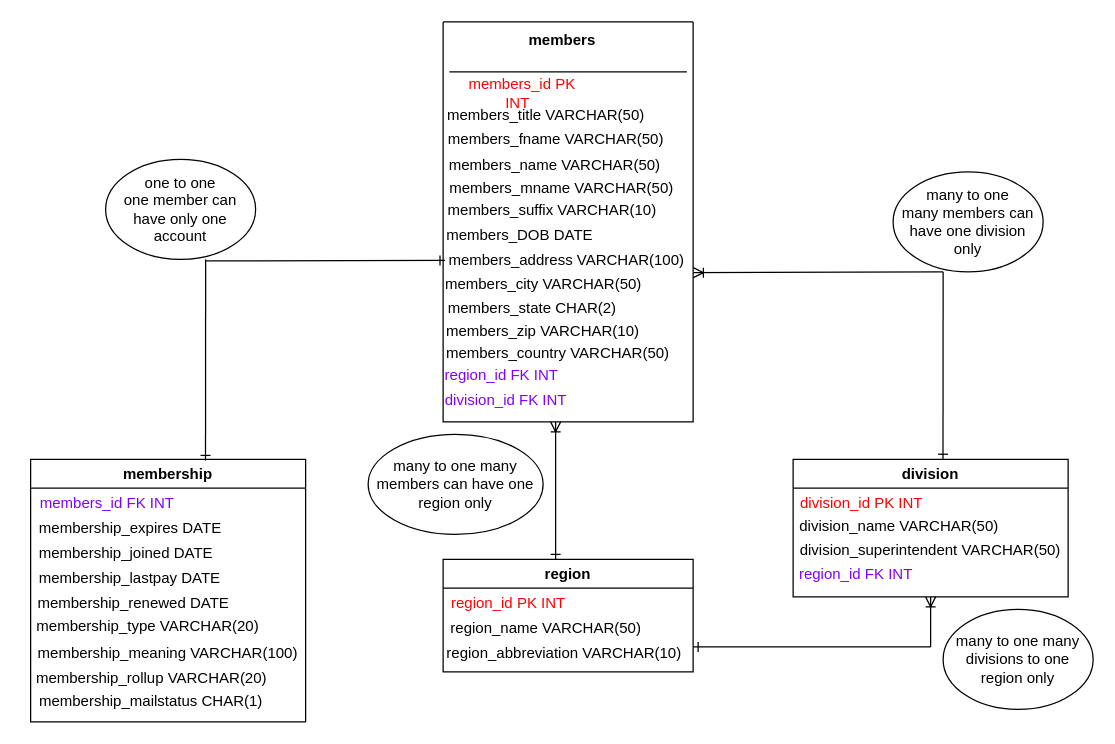
angelikakasia/SQL keeps this draw.io diagram as ProjectNMRA.SER.drawio. Above is the earlier version. Source tidied: cells renumbered, new cells numbered last; positions are measured from the earlier drawing's top-left corner, leaving out a move shared by most shapes. Both pictures are drawn from the tidied source at 125%, with x=0, y=0 at pixel (21, 21).
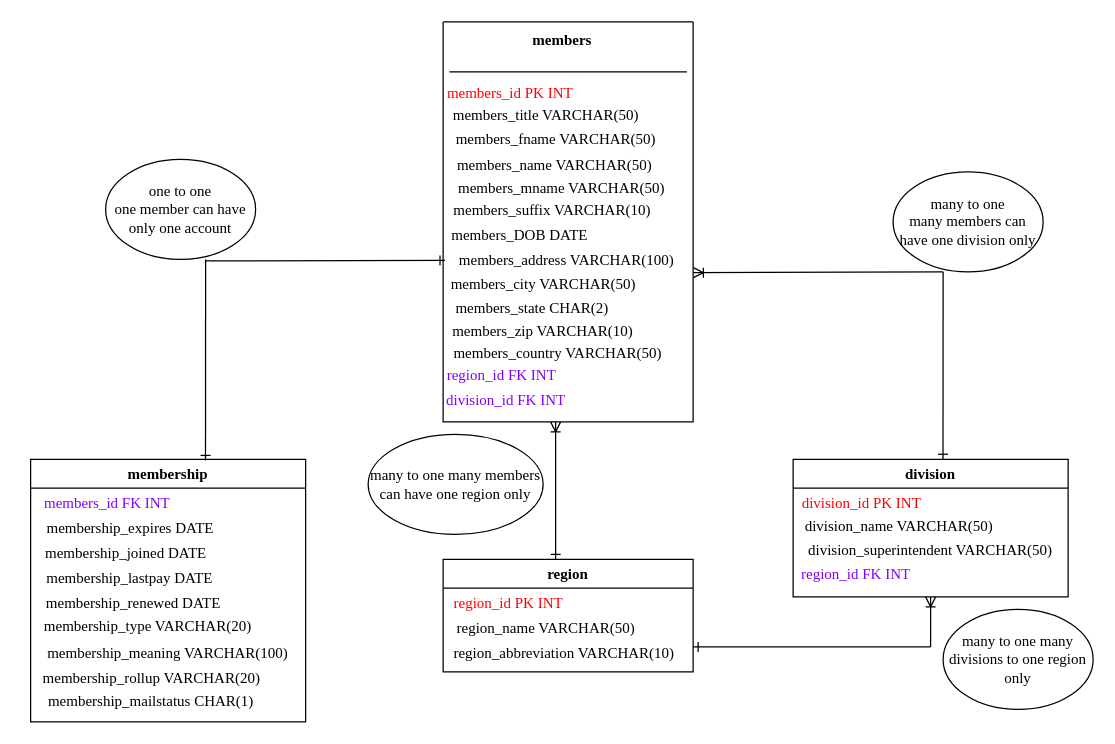
The same page after the edit.

Change to the diagram source:
```diff
@@
-    <mxCell id="2" style="swimlane;startSize=0;" parent="1" vertex="1">
+    <mxCell id="2" style="swimlane;startSize=0;fontFamily=Times New Roman;" parent="1" vertex="1">
       <mxGeometry x="337" width="200" height="320" as="geometry" />
     </mxCell>
-    <mxCell id="3" value="&lt;b&gt;members&lt;/b&gt;" style="text;html=1;align=center;verticalAlign=middle;strokeColor=none;fillColor=none;" parent="2" vertex="1">
-      <mxGeometry x="55" width="80" height="30" as="geometry" />
+    <mxCell id="3" value="&lt;b&gt;members&lt;/b&gt;" style="text;html=1;align=center;verticalAlign=middle;strokeColor=none;fillColor=none;fontFamily=Times New Roman;" parent="2" vertex="1">
+      <mxGeometry x="60" width="70" height="30" as="geometry" />
     </mxCell>
-    <mxCell id="4" value="&lt;span style=&quot;color: light-dark(rgb(255, 0, 0), rgb(237, 237, 237));&quot;&gt;&lt;span style=&quot;color: rgb(255, 0, 0);&quot;&gt;members_id PK&lt;/span&gt; INT&lt;span style=&quot;white-space: pre;&quot;&gt;&#9;&lt;/span&gt;&lt;/span&gt;" style="text;html=1;align=center;verticalAlign=middle;whiteSpace=wrap;rounded=0;" parent="2" vertex="1">
+    <mxCell id="4" value="&lt;span style=&quot;color: light-dark(rgb(255, 0, 0), rgb(237, 237, 237));&quot;&gt;&lt;span style=&quot;color: rgb(255, 0, 0);&quot;&gt;members_id PK&lt;/span&gt; INT&lt;span style=&quot;white-space: pre;&quot;&gt;&#9;&lt;/span&gt;&lt;/span&gt;" style="text;html=1;align=center;verticalAlign=middle;whiteSpace=wrap;rounded=0;fontFamily=Times New Roman;" parent="2" vertex="1">
       <mxGeometry x="-2" y="42" width="131" height="30" as="geometry" />
     </mxCell>
-    <mxCell id="5" value="&lt;br&gt;members_title VARCHAR(50)" style="text;html=1;align=center;verticalAlign=middle;whiteSpace=wrap;rounded=0;" parent="2" vertex="1">
+    <mxCell id="5" value="&lt;br&gt;members_title VARCHAR(50)" style="text;html=1;align=center;verticalAlign=middle;whiteSpace=wrap;rounded=0;fontFamily=Times New Roman;" parent="2" vertex="1">
       <mxGeometry x="-2" y="52" width="169" height="30" as="geometry" />
     </mxCell>
-    <mxCell id="6" value="&lt;br&gt;members_fname VARCHAR(50)&lt;div&gt;&lt;br&gt;&lt;/div&gt;" style="text;html=1;align=center;verticalAlign=middle;whiteSpace=wrap;rounded=0;" parent="2" vertex="1">
+    <mxCell id="6" value="&lt;br&gt;members_fname VARCHAR(50)&lt;div&gt;&lt;br&gt;&lt;/div&gt;" style="text;html=1;align=center;verticalAlign=middle;whiteSpace=wrap;rounded=0;fontFamily=Times New Roman;" parent="2" vertex="1">
       <mxGeometry x="-12.5" y="79" width="204.5" height="30" as="geometry" />
     </mxCell>
-    <mxCell id="7" value="&lt;br&gt;members_name VARCHAR(50)" style="text;html=1;align=center;verticalAlign=middle;whiteSpace=wrap;rounded=0;" parent="2" vertex="1">
+    <mxCell id="7" value="&lt;br&gt;members_name VARCHAR(50)" style="text;html=1;align=center;verticalAlign=middle;whiteSpace=wrap;rounded=0;fontFamily=Times New Roman;" parent="2" vertex="1">
       <mxGeometry x="-4" y="92" width="186.5" height="30" as="geometry" />
     </mxCell>
-    <mxCell id="8" value="&lt;br&gt;members_mname VARCHAR(50)" style="text;html=1;align=center;verticalAlign=middle;whiteSpace=wrap;rounded=0;" parent="2" vertex="1">
+    <mxCell id="8" value="&lt;br&gt;members_mname VARCHAR(50)" style="text;html=1;align=center;verticalAlign=middle;whiteSpace=wrap;rounded=0;fontFamily=Times New Roman;" parent="2" vertex="1">
       <mxGeometry y="110" width="190" height="30" as="geometry" />
     </mxCell>
-    <mxCell id="9" style="endArrow=none;html=1;rounded=0;" parent="2" edge="1">
+    <mxCell id="9" style="endArrow=none;html=1;rounded=0;fontFamily=Times New Roman;" parent="2" edge="1">
       <mxGeometry relative="1" as="geometry">
         <mxPoint x="5" y="40" as="sourcePoint" />
         <mxPoint x="195" y="40" as="targetPoint" />
       </mxGeometry>
     </mxCell>
-    <mxCell id="10" value="&lt;br&gt;members_suffix VARCHAR(10)&lt;div&gt;&lt;br&gt;&lt;/div&gt;" style="text;html=1;align=center;verticalAlign=middle;whiteSpace=wrap;rounded=0;" parent="2" vertex="1">
+    <mxCell id="10" value="&lt;br&gt;members_suffix VARCHAR(10)&lt;div&gt;&lt;br&gt;&lt;/div&gt;" style="text;html=1;align=center;verticalAlign=middle;whiteSpace=wrap;rounded=0;fontFamily=Times New Roman;" parent="2" vertex="1">
       <mxGeometry x="-2.5" y="136" width="178.5" height="30" as="geometry" />
     </mxCell>
-    <mxCell id="11" value="members_DOB DATE" style="text;html=1;align=center;verticalAlign=middle;whiteSpace=wrap;rounded=0;" parent="2" vertex="1">
+    <mxCell id="11" value="members_DOB DATE" style="text;html=1;align=center;verticalAlign=middle;whiteSpace=wrap;rounded=0;fontFamily=Times New Roman;" parent="2" vertex="1">
       <mxGeometry x="-2.5" y="156" width="126.5" height="30" as="geometry" />
     </mxCell>
-    <mxCell id="12" value="members_address VARCHAR(100)" style="text;html=1;align=center;verticalAlign=middle;whiteSpace=wrap;rounded=0;" parent="2" vertex="1">
+    <mxCell id="12" value="members_address VARCHAR(100)" style="text;html=1;align=center;verticalAlign=middle;whiteSpace=wrap;rounded=0;fontFamily=Times New Roman;" parent="2" vertex="1">
       <mxGeometry x="-1" y="176" width="200" height="30" as="geometry" />
     </mxCell>
-    <mxCell id="13" value="members_city VARCHAR(50)" style="text;html=1;align=center;verticalAlign=middle;whiteSpace=wrap;rounded=0;" parent="2" vertex="1">
+    <mxCell id="13" value="members_city VARCHAR(50)" style="text;html=1;align=center;verticalAlign=middle;whiteSpace=wrap;rounded=0;fontFamily=Times New Roman;" parent="2" vertex="1">
       <mxGeometry x="-5" y="195" width="171" height="30" as="geometry" />
     </mxCell>
-    <mxCell id="14" value="members_state CHAR(2)" style="text;html=1;align=center;verticalAlign=middle;whiteSpace=wrap;rounded=0;" parent="2" vertex="1">
+    <mxCell id="14" value="members_state CHAR(2)" style="text;html=1;align=center;verticalAlign=middle;whiteSpace=wrap;rounded=0;fontFamily=Times New Roman;" parent="2" vertex="1">
       <mxGeometry x="-13.5" y="214" width="168.5" height="30" as="geometry" />
     </mxCell>
-    <mxCell id="15" value="members_zip VARCHAR(10)" style="text;html=1;align=center;verticalAlign=middle;whiteSpace=wrap;rounded=0;" parent="2" vertex="1">
+    <mxCell id="15" value="members_zip VARCHAR(10)" style="text;html=1;align=center;verticalAlign=middle;whiteSpace=wrap;rounded=0;fontFamily=Times New Roman;" parent="2" vertex="1">
       <mxGeometry x="-1" y="233" width="162" height="30" as="geometry" />
     </mxCell>
-    <mxCell id="16" value="members_country VARCHAR(50)" style="text;html=1;align=center;verticalAlign=middle;whiteSpace=wrap;rounded=0;" parent="2" vertex="1">
+    <mxCell id="16" value="members_country VARCHAR(50)" style="text;html=1;align=center;verticalAlign=middle;whiteSpace=wrap;rounded=0;fontFamily=Times New Roman;" parent="2" vertex="1">
       <mxGeometry x="-3" y="250" width="190" height="30" as="geometry" />
     </mxCell>
-    <mxCell id="17" value="&lt;span style=&quot;color: light-dark(rgb(128, 0, 255), rgb(237, 237, 237));&quot;&gt;region_id FK INT&lt;br&gt;&lt;/span&gt;" style="text;html=1;align=center;verticalAlign=middle;whiteSpace=wrap;rounded=0;" parent="2" vertex="1">
+    <mxCell id="17" value="&lt;span style=&quot;color: light-dark(rgb(128, 0, 255), rgb(237, 237, 237));&quot;&gt;region_id FK INT&lt;br&gt;&lt;/span&gt;" style="text;html=1;align=center;verticalAlign=middle;whiteSpace=wrap;rounded=0;fontFamily=Times New Roman;" parent="2" vertex="1">
       <mxGeometry x="-10" y="268" width="114" height="30" as="geometry" />
     </mxCell>
-    <mxCell id="18" value="&lt;span style=&quot;color: light-dark(rgb(128, 0, 255), rgb(237, 237, 237));&quot;&gt;&lt;span style=&quot;color: light-dark(rgb(128, 0, 255), rgb(237, 237, 237));&quot;&gt;division_id FK&lt;/span&gt; INT&lt;/span&gt;" style="text;html=1;align=center;verticalAlign=middle;whiteSpace=wrap;rounded=0;" parent="2" vertex="1">
+    <mxCell id="18" value="&lt;span style=&quot;color: light-dark(rgb(128, 0, 255), rgb(237, 237, 237));&quot;&gt;&lt;span style=&quot;color: light-dark(rgb(128, 0, 255), rgb(237, 237, 237));&quot;&gt;division_id FK&lt;/span&gt; INT&lt;/span&gt;" style="text;html=1;align=center;verticalAlign=middle;whiteSpace=wrap;rounded=0;fontFamily=Times New Roman;" parent="2" vertex="1">
       <mxGeometry x="-1" y="288" width="103" height="30" as="geometry" />
     </mxCell>
-    <mxCell id="19" value="membership" style="swimlane;whiteSpace=wrap;html=1;" parent="1" vertex="1">
+    <mxCell id="19" value="membership" style="swimlane;whiteSpace=wrap;html=1;fontFamily=Times New Roman;" parent="1" vertex="1">
       <mxGeometry x="7" y="350" width="220" height="210" as="geometry" />
     </mxCell>
-    <mxCell id="20" value="&lt;span style=&quot;color: light-dark(rgb(128, 0, 255), rgb(237, 237, 237));&quot;&gt;members_id FK INT&lt;br&gt;&lt;/span&gt;" style="text;html=1;align=center;verticalAlign=middle;whiteSpace=wrap;rounded=0;" parent="19" vertex="1">
+    <mxCell id="20" value="&lt;span style=&quot;color: light-dark(rgb(128, 0, 255), rgb(237, 237, 237));&quot;&gt;members_id FK INT&lt;br&gt;&lt;/span&gt;" style="text;html=1;align=center;verticalAlign=middle;whiteSpace=wrap;rounded=0;fontFamily=Times New Roman;" parent="19" vertex="1">
       <mxGeometry x="-2" y="20" width="127" height="30" as="geometry" />
     </mxCell>
-    <mxCell id="21" value="membership_expires DATE" style="text;html=1;align=center;verticalAlign=middle;whiteSpace=wrap;rounded=0;" parent="19" vertex="1">
+    <mxCell id="21" value="membership_expires DATE" style="text;html=1;align=center;verticalAlign=middle;whiteSpace=wrap;rounded=0;fontFamily=Times New Roman;" parent="19" vertex="1">
       <mxGeometry x="-4" y="40" width="168" height="30" as="geometry" />
     </mxCell>
-    <mxCell id="22" value="membership_joined DATE" style="text;html=1;align=center;verticalAlign=middle;whiteSpace=wrap;rounded=0;" parent="19" vertex="1">
+    <mxCell id="22" value="membership_joined DATE" style="text;html=1;align=center;verticalAlign=middle;whiteSpace=wrap;rounded=0;fontFamily=Times New Roman;" parent="19" vertex="1">
       <mxGeometry x="-4" y="60" width="161" height="30" as="geometry" />
     </mxCell>
-    <mxCell id="23" value="membership_lastpay DATE" style="text;html=1;align=center;verticalAlign=middle;whiteSpace=wrap;rounded=0;" parent="19" vertex="1">
+    <mxCell id="23" value="membership_lastpay DATE" style="text;html=1;align=center;verticalAlign=middle;whiteSpace=wrap;rounded=0;fontFamily=Times New Roman;" parent="19" vertex="1">
       <mxGeometry x="3" y="80" width="153" height="30" as="geometry" />
     </mxCell>
-    <mxCell id="24" value="membership_renewed DATE" style="text;html=1;align=center;verticalAlign=middle;whiteSpace=wrap;rounded=0;" parent="19" vertex="1">
+    <mxCell id="24" value="membership_renewed DATE" style="text;html=1;align=center;verticalAlign=middle;whiteSpace=wrap;rounded=0;fontFamily=Times New Roman;" parent="19" vertex="1">
       <mxGeometry x="-3" y="100" width="171" height="30" as="geometry" />
     </mxCell>
-    <mxCell id="25" value="membership_type VARCHAR(20)" style="text;html=1;align=center;verticalAlign=middle;whiteSpace=wrap;rounded=0;" parent="19" vertex="1">
+    <mxCell id="25" value="membership_type VARCHAR(20)" style="text;html=1;align=center;verticalAlign=middle;whiteSpace=wrap;rounded=0;fontFamily=Times New Roman;" parent="19" vertex="1">
       <mxGeometry x="-7" y="119" width="202" height="30" as="geometry" />
     </mxCell>
-    <mxCell id="26" value="membership_meaning VARCHAR(100)" style="text;html=1;align=center;verticalAlign=middle;whiteSpace=wrap;rounded=0;" parent="19" vertex="1">
+    <mxCell id="26" value="membership_meaning VARCHAR(100)" style="text;html=1;align=center;verticalAlign=middle;whiteSpace=wrap;rounded=0;fontFamily=Times New Roman;" parent="19" vertex="1">
       <mxGeometry x="-1" y="140" width="222" height="30" as="geometry" />
     </mxCell>
-    <mxCell id="27" value="membership_rollup VARCHAR(20)" style="text;html=1;align=center;verticalAlign=middle;whiteSpace=wrap;rounded=0;" parent="19" vertex="1">
+    <mxCell id="27" value="membership_rollup VARCHAR(20)" style="text;html=1;align=center;verticalAlign=middle;whiteSpace=wrap;rounded=0;fontFamily=Times New Roman;" parent="19" vertex="1">
       <mxGeometry x="-4" y="160" width="202" height="30" as="geometry" />
     </mxCell>
-    <mxCell id="28" value="membership_mailstatus CHAR(1)" style="text;html=1;align=center;verticalAlign=middle;whiteSpace=wrap;rounded=0;" parent="19" vertex="1">
+    <mxCell id="28" value="membership_mailstatus CHAR(1)" style="text;html=1;align=center;verticalAlign=middle;whiteSpace=wrap;rounded=0;fontFamily=Times New Roman;" parent="19" vertex="1">
       <mxGeometry y="179" width="193" height="30" as="geometry" />
     </mxCell>
-    <mxCell id="29" value="region" style="swimlane;whiteSpace=wrap;html=1;" parent="1" vertex="1">
+    <mxCell id="29" value="region" style="swimlane;whiteSpace=wrap;html=1;fontFamily=Times New Roman;" parent="1" vertex="1">
       <mxGeometry x="337" y="430" width="200" height="90" as="geometry" />
     </mxCell>
-    <mxCell id="30" value="&lt;span style=&quot;color: light-dark(rgb(255, 0, 0), rgb(237, 237, 237));&quot;&gt;region_id PK INT&lt;br&gt;&lt;/span&gt;" style="text;html=1;align=center;verticalAlign=middle;whiteSpace=wrap;rounded=0;" parent="29" vertex="1">
+    <mxCell id="30" value="&lt;span style=&quot;color: light-dark(rgb(255, 0, 0), rgb(237, 237, 237));&quot;&gt;region_id PK INT&lt;br&gt;&lt;/span&gt;" style="text;html=1;align=center;verticalAlign=middle;whiteSpace=wrap;rounded=0;fontFamily=Times New Roman;" parent="29" vertex="1">
       <mxGeometry x="-7" y="20" width="119" height="30" as="geometry" />
     </mxCell>
-    <mxCell id="31" value="region_name VARCHAR(50)" style="text;html=1;align=center;verticalAlign=middle;whiteSpace=wrap;rounded=0;" parent="29" vertex="1">
+    <mxCell id="31" value="region_name VARCHAR(50)" style="text;html=1;align=center;verticalAlign=middle;whiteSpace=wrap;rounded=0;fontFamily=Times New Roman;" parent="29" vertex="1">
       <mxGeometry x="2.5" y="40" width="158.5" height="30" as="geometry" />
     </mxCell>
-    <mxCell id="32" value="region_abbreviation VARCHAR(10)" style="text;html=1;align=center;verticalAlign=middle;whiteSpace=wrap;rounded=0;" parent="29" vertex="1">
+    <mxCell id="32" value="region_abbreviation VARCHAR(10)" style="text;html=1;align=center;verticalAlign=middle;whiteSpace=wrap;rounded=0;fontFamily=Times New Roman;" parent="29" vertex="1">
       <mxGeometry x="-3" y="60" width="200" height="30" as="geometry" />
     </mxCell>
-    <mxCell id="33" value="division" style="swimlane;whiteSpace=wrap;html=1;" parent="1" vertex="1">
+    <mxCell id="33" value="division" style="swimlane;whiteSpace=wrap;html=1;fontFamily=Times New Roman;" parent="1" vertex="1">
       <mxGeometry x="617" y="350" width="220" height="110" as="geometry" />
     </mxCell>
-    <mxCell id="34" value="&lt;span style=&quot;color: rgb(255, 0, 0);&quot;&gt;division_id PK INT&lt;br&gt;&lt;/span&gt;" style="text;html=1;align=center;verticalAlign=middle;whiteSpace=wrap;rounded=0;" parent="33" vertex="1">
+    <mxCell id="34" value="&lt;span style=&quot;color: rgb(255, 0, 0);&quot;&gt;division_id PK INT&lt;br&gt;&lt;/span&gt;" style="text;html=1;align=center;verticalAlign=middle;whiteSpace=wrap;rounded=0;fontFamily=Times New Roman;" parent="33" vertex="1">
       <mxGeometry y="20" width="110" height="30" as="geometry" />
     </mxCell>
-    <mxCell id="35" value="division_name VARCHAR(50)" style="text;html=1;align=center;verticalAlign=middle;whiteSpace=wrap;rounded=0;" parent="33" vertex="1">
+    <mxCell id="35" value="division_name VARCHAR(50)" style="text;html=1;align=center;verticalAlign=middle;whiteSpace=wrap;rounded=0;fontFamily=Times New Roman;" parent="33" vertex="1">
       <mxGeometry x="-15" y="39" width="200" height="30" as="geometry" />
     </mxCell>
-    <mxCell id="36" value="division_superintendent VARCHAR(50)" style="text;html=1;align=center;verticalAlign=middle;whiteSpace=wrap;rounded=0;" parent="33" vertex="1">
+    <mxCell id="36" value="division_superintendent VARCHAR(50)" style="text;html=1;align=center;verticalAlign=middle;whiteSpace=wrap;rounded=0;fontFamily=Times New Roman;" parent="33" vertex="1">
       <mxGeometry y="58" width="220" height="30" as="geometry" />
     </mxCell>
-    <mxCell id="37" value="&lt;span style=&quot;color: light-dark(rgb(128, 0, 255), rgb(237, 237, 237));&quot;&gt;region_id FK INT&lt;br&gt;&lt;/span&gt;" style="text;html=1;align=center;verticalAlign=middle;whiteSpace=wrap;rounded=0;" parent="33" vertex="1">
+    <mxCell id="37" value="&lt;span style=&quot;color: light-dark(rgb(128, 0, 255), rgb(237, 237, 237));&quot;&gt;region_id FK INT&lt;br&gt;&lt;/span&gt;" style="text;html=1;align=center;verticalAlign=middle;whiteSpace=wrap;rounded=0;fontFamily=Times New Roman;" parent="33" vertex="1">
       <mxGeometry x="-8" y="77" width="117" height="30" as="geometry" />
     </mxCell>
-    <mxCell id="38" style="endArrow=none;html=1;rounded=0;entryX=-0.016;entryY=0.59;entryDx=0;entryDy=0;entryPerimeter=0;startArrow=ERone;startFill=0;exitX=0.038;exitY=-0.138;exitDx=0;exitDy=0;exitPerimeter=0;" parent="1" edge="1" source="13">
+    <mxCell id="38" style="endArrow=none;html=1;rounded=0;entryX=-0.016;entryY=0.59;entryDx=0;entryDy=0;entryPerimeter=0;startArrow=ERone;startFill=0;exitX=0.038;exitY=-0.138;exitDx=0;exitDy=0;exitPerimeter=0;fontFamily=Times New Roman;" parent="1" edge="1" source="13">
       <mxGeometry relative="1" as="geometry">
         <mxPoint x="147" y="191.2" as="targetPoint" />
       </mxGeometry>
     </mxCell>
-    <mxCell id="39" style="endArrow=none;html=1;rounded=0;exitX=0.636;exitY=0.004;exitDx=0;exitDy=0;exitPerimeter=0;entryX=0.7;entryY=0;entryDx=0;entryDy=0;entryPerimeter=0;startArrow=ERone;startFill=0;" parent="1" edge="1" source="19">
+    <mxCell id="39" style="endArrow=none;html=1;rounded=0;exitX=0.636;exitY=0.004;exitDx=0;exitDy=0;exitPerimeter=0;entryX=0.7;entryY=0;entryDx=0;entryDy=0;entryPerimeter=0;startArrow=ERone;startFill=0;fontFamily=Times New Roman;" parent="1" edge="1" source="19">
       <mxGeometry relative="1" as="geometry">
         <mxPoint x="147" y="190" as="targetPoint" />
       </mxGeometry>
     </mxCell>
-    <mxCell id="40" style="endArrow=ERone;html=1;rounded=0;startArrow=ERoneToMany;startFill=0;endFill=0;" parent="1" edge="1">
+    <mxCell id="40" style="endArrow=ERone;html=1;rounded=0;startArrow=ERoneToMany;startFill=0;endFill=0;fontFamily=Times New Roman;" parent="1" edge="1">
       <mxGeometry relative="1" as="geometry">
         <mxPoint x="427" y="320" as="sourcePoint" />
         <mxPoint x="427" y="430" as="targetPoint" />
       </mxGeometry>
     </mxCell>
-    <mxCell id="41" style="endArrow=none;html=1;rounded=0;exitX=1.001;exitY=0.627;exitDx=0;exitDy=0;exitPerimeter=0;startArrow=ERoneToMany;startFill=0;" parent="1" edge="1" source="2">
+    <mxCell id="41" style="endArrow=none;html=1;rounded=0;exitX=1.001;exitY=0.627;exitDx=0;exitDy=0;exitPerimeter=0;startArrow=ERoneToMany;startFill=0;fontFamily=Times New Roman;" parent="1" edge="1" source="2">
       <mxGeometry relative="1" as="geometry">
         <mxPoint x="737" y="200" as="targetPoint" />
       </mxGeometry>
     </mxCell>
-    <mxCell id="42" style="endArrow=none;html=1;rounded=0;exitX=0.545;exitY=-0.001;exitDx=0;exitDy=0;exitPerimeter=0;startArrow=ERone;startFill=0;" parent="1" edge="1" source="33">
+    <mxCell id="42" style="endArrow=none;html=1;rounded=0;exitX=0.545;exitY=-0.001;exitDx=0;exitDy=0;exitPerimeter=0;startArrow=ERone;startFill=0;fontFamily=Times New Roman;" parent="1" edge="1" source="33">
       <mxGeometry relative="1" as="geometry">
         <mxPoint x="737" y="200" as="targetPoint" />
       </mxGeometry>
     </mxCell>
-    <mxCell id="43" style="endArrow=none;html=1;rounded=0;startArrow=ERone;startFill=0;" parent="1" edge="1">
+    <mxCell id="43" style="endArrow=none;html=1;rounded=0;startArrow=ERone;startFill=0;fontFamily=Times New Roman;" parent="1" edge="1">
       <mxGeometry relative="1" as="geometry">
         <mxPoint x="537" y="500" as="sourcePoint" />
         <mxPoint x="727" y="500" as="targetPoint" />
       </mxGeometry>
     </mxCell>
-    <mxCell id="44" style="endArrow=none;html=1;rounded=0;startArrow=ERoneToMany;startFill=0;" parent="1" edge="1">
+    <mxCell id="44" style="endArrow=none;html=1;rounded=0;startArrow=ERoneToMany;startFill=0;fontFamily=Times New Roman;" parent="1" edge="1">
       <mxGeometry relative="1" as="geometry">
         <mxPoint x="727" y="460" as="sourcePoint" />
         <mxPoint x="727" y="500" as="targetPoint" />
       </mxGeometry>
     </mxCell>
-    <mxCell id="45" value="&lt;div&gt;one to one&lt;/div&gt;&lt;div&gt;one member can have only one account&lt;br&gt;&lt;/div&gt;" style="ellipse;whiteSpace=wrap;html=1;" parent="1" vertex="1">
+    <mxCell id="45" value="&lt;div&gt;one to one&lt;/div&gt;&lt;div&gt;one member can have only one account&lt;br&gt;&lt;/div&gt;" style="ellipse;whiteSpace=wrap;html=1;fontFamily=Times New Roman;" parent="1" vertex="1">
       <mxGeometry x="67" y="110" width="120" height="80" as="geometry" />
     </mxCell>
-    <mxCell id="46" value="&lt;div&gt;many to one many members can have one region only&lt;br&gt;&lt;/div&gt;" style="ellipse;whiteSpace=wrap;html=1;" parent="1" vertex="1">
+    <mxCell id="46" value="&lt;div&gt;many to one many members can have one region only&lt;br&gt;&lt;/div&gt;" style="ellipse;whiteSpace=wrap;html=1;fontFamily=Times New Roman;" parent="1" vertex="1">
       <mxGeometry x="277" y="330" width="140" height="80" as="geometry" />
     </mxCell>
-    <mxCell id="47" value="many to one many divisions to one region only" style="ellipse;whiteSpace=wrap;html=1;" parent="1" vertex="1">
+    <mxCell id="47" value="many to one many divisions to one region only" style="ellipse;whiteSpace=wrap;html=1;fontFamily=Times New Roman;" parent="1" vertex="1">
       <mxGeometry x="737" y="470" width="120" height="80" as="geometry" />
     </mxCell>
-    <mxCell id="48" value="&lt;div&gt;many to one&lt;/div&gt;&lt;div&gt;many members can have one division only&lt;br&gt;&lt;/div&gt;" style="ellipse;whiteSpace=wrap;html=1;" parent="1" vertex="1">
+    <mxCell id="48" value="&lt;div&gt;many to one&lt;/div&gt;&lt;div&gt;many members can have one division only&lt;br&gt;&lt;/div&gt;" style="ellipse;whiteSpace=wrap;html=1;fontFamily=Times New Roman;" parent="1" vertex="1">
       <mxGeometry x="697" y="120" width="120" height="80" as="geometry" />
     </mxCell>
```
